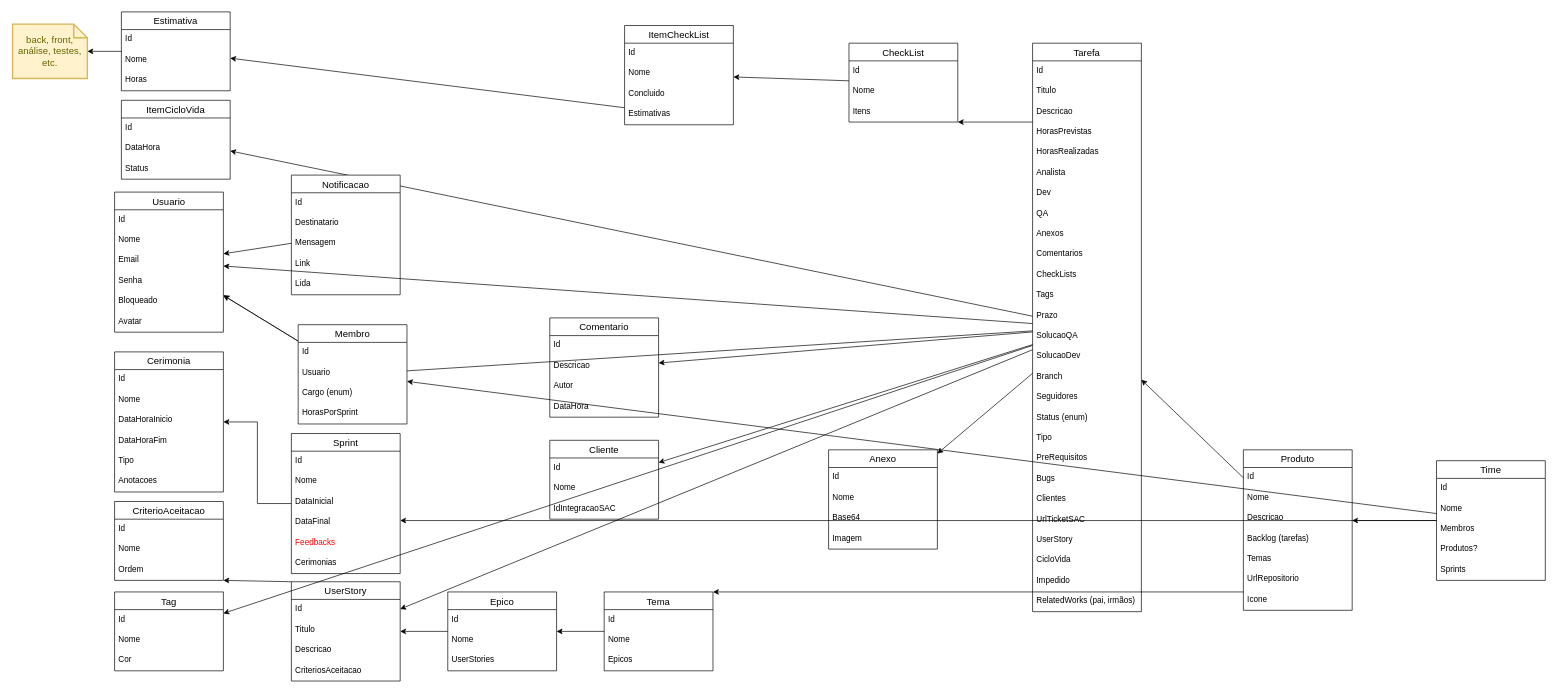
Earlier version of the draw.io diagram page "ordem" (2 of 2) of Agilis-Back/docs/Untitled Diagram.drawio (ddsdaniel/Agilis). Source tidied: cells renumbered, new cells numbered last; positions are measured from the earlier drawing's top-left corner, leaving out a move shared by most shapes. Both pictures are drawn from the tidied source at 68%, with x=0, y=0 at pixel (12, 12).
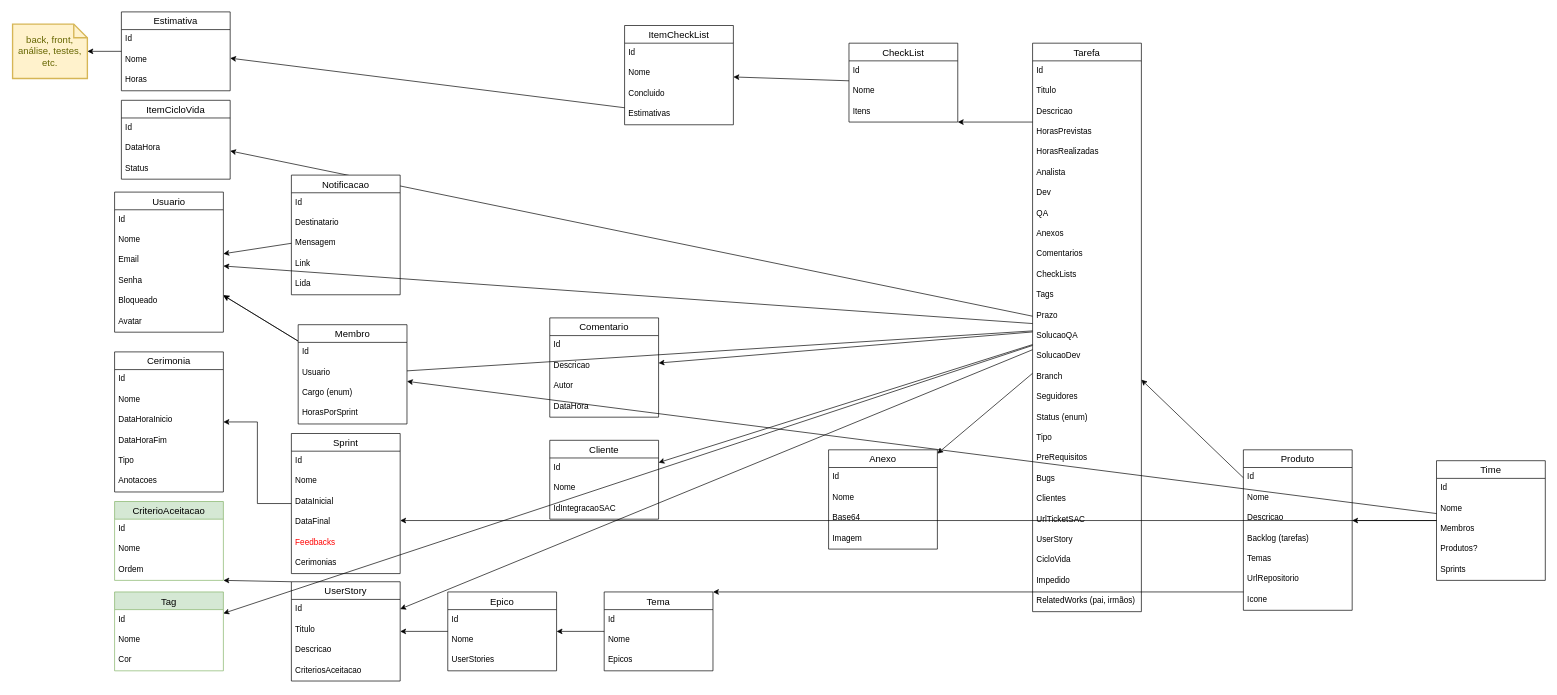
The same diagram, later.

What changed in the source:
```diff
@@
-    <mxCell id="52" value="CriterioAceitacao" style="swimlane;fontStyle=0;horizontal=1;startSize=26;align=center;fontSize=14;" parent="1" vertex="1">
+    <mxCell id="52" value="CriterioAceitacao" style="swimlane;fontStyle=0;horizontal=1;startSize=26;align=center;fontSize=14;fillColor=#d5e8d4;strokeColor=#82b366;" parent="1" vertex="1">
       <mxGeometry x="150" y="720" width="160" height="116" as="geometry" />
     </mxCell>
@@
-    <mxCell id="78" value="Tag" style="swimlane;fontStyle=0;horizontal=1;startSize=26;align=center;fontSize=14;" parent="1" vertex="1">
+    <mxCell id="78" value="Tag" style="swimlane;fontStyle=0;horizontal=1;startSize=26;align=center;fontSize=14;fillColor=#d5e8d4;strokeColor=#82b366;" parent="1" vertex="1">
       <mxGeometry x="150" y="853" width="160" height="116" as="geometry" />
     </mxCell>
```
